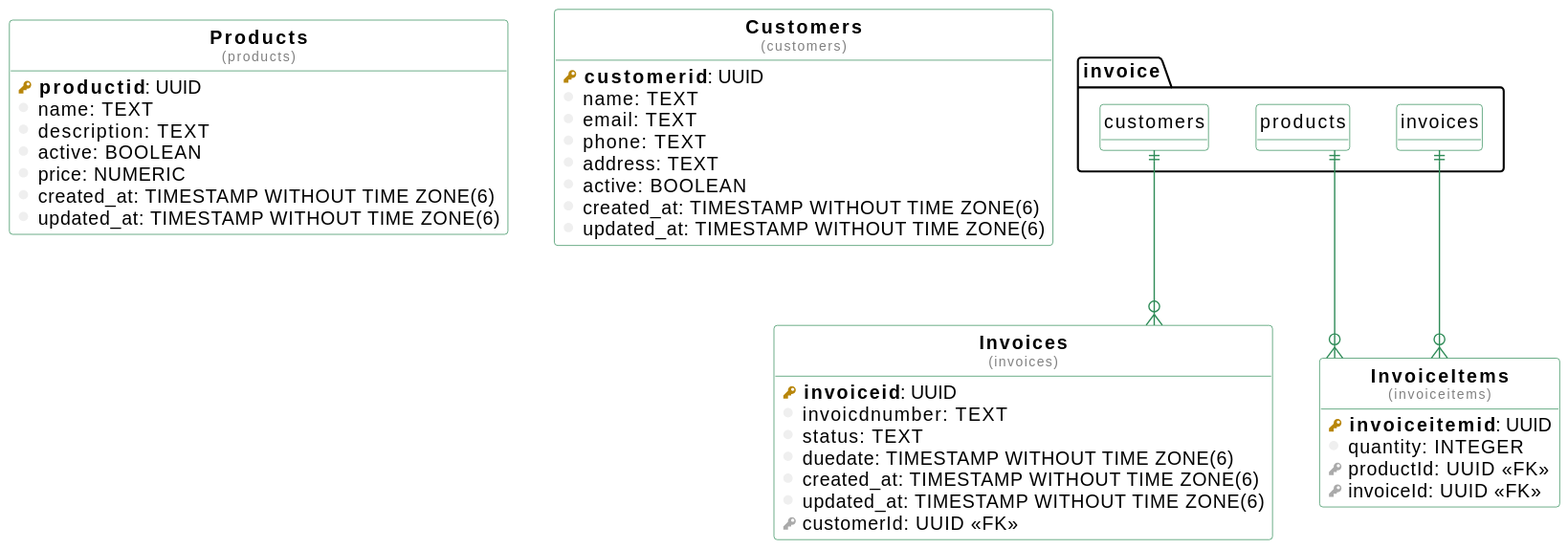
Before: db-diagram.svg, a diagram exported from PlantUML (gopikiller/invoice-manager).
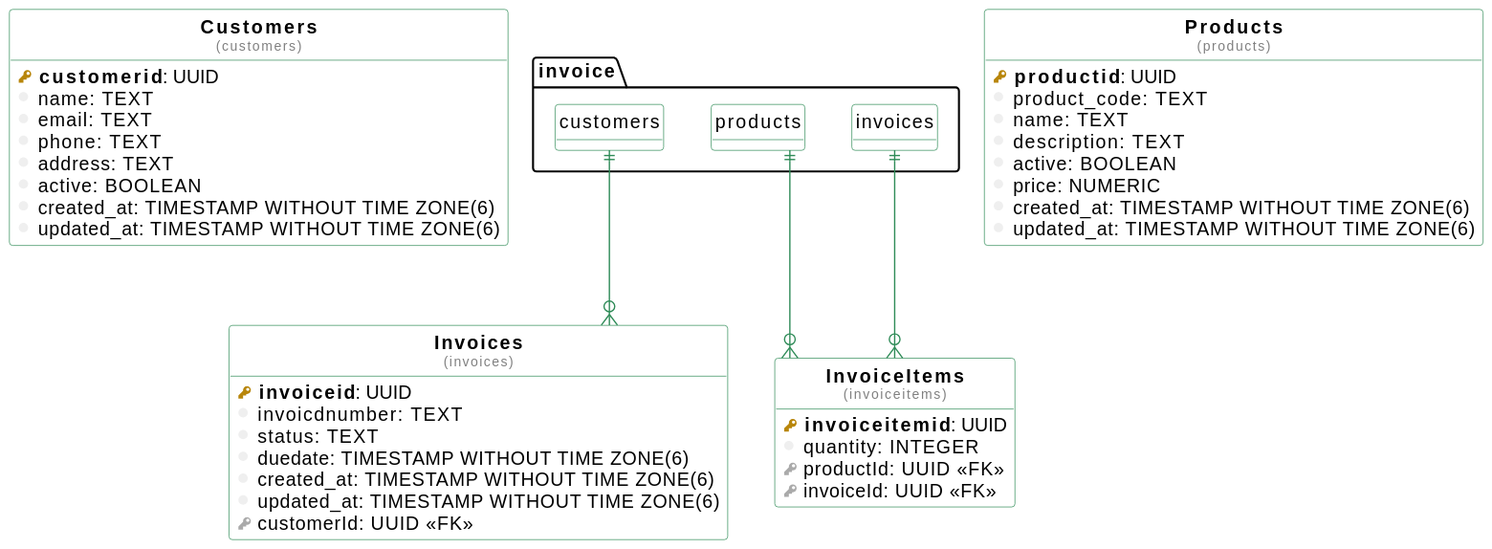
Above is the later version.

Commit message:
product API

The edit, as a diff of the source:
```diff
@@ -23,16 +23,6 @@
 }
 
 
-table( Products, products ) as products {
-  pkey( productid ): UUID
-  column( name ): TEXT
-  column( description ): TEXT
-  column( active ): BOOLEAN
-  column( price ): NUMERIC
-  column( created_at ): TIMESTAMP WITHOUT TIME ZONE(6)
-  column( updated_at ): TIMESTAMP WITHOUT TIME ZONE(6)
-}
-
 table( Customers, customers ) as customers {
   pkey( customerid ): UUID
   column( name ): TEXT
@@ -54,6 +44,17 @@
   fkey( customerId ): UUID <<FK>>
 }
 
+table( Products, products ) as products {
+  pkey( productid ): UUID
+  column( product_code ): TEXT
+  column( name ): TEXT
+  column( description ): TEXT
+  column( active ): BOOLEAN
+  column( price ): NUMERIC
+  column( created_at ): TIMESTAMP WITHOUT TIME ZONE(6)
+  column( updated_at ): TIMESTAMP WITHOUT TIME ZONE(6)
+}
+
 table( InvoiceItems, invoiceitems ) as invoiceitems {
   pkey( invoiceitemid ): UUID
   column( quantity ): INTEGER
```
